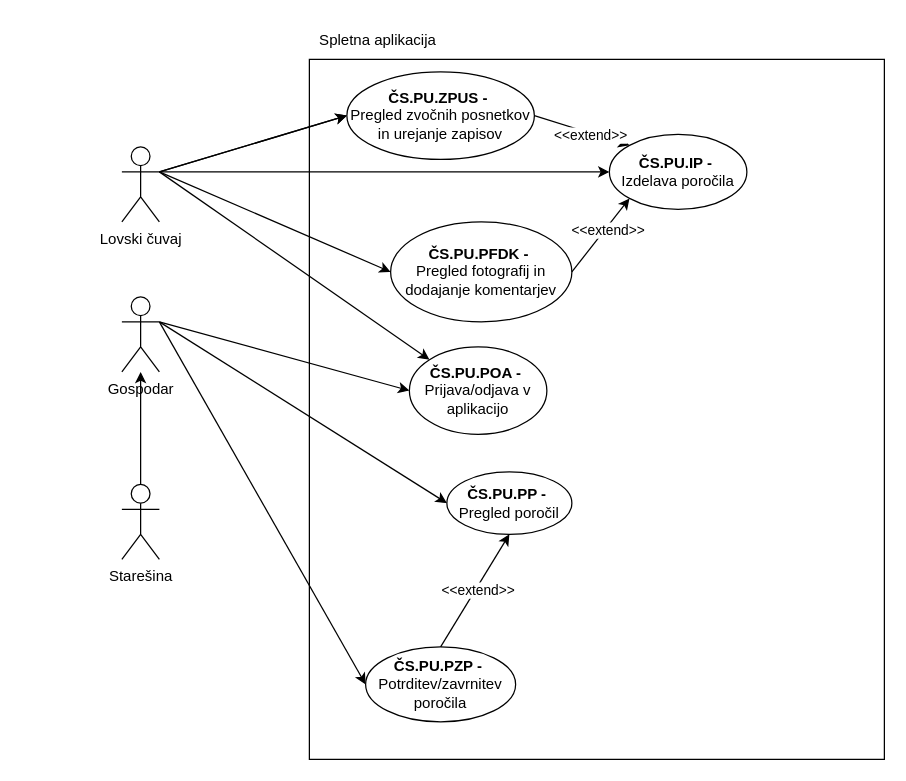
ErnestISv/Lovstvo keeps this draw.io diagram as Lovski cuvaj-Spletna aplikacija.drawio. Above is the earlier version. Source tidied: cells renumbered, new cells numbered last; positions are measured from the earlier drawing's top-left corner, leaving out a move shared by most shapes. Both pictures are drawn from the tidied source at 125%, with x=0, y=0 at pixel (121, 21).
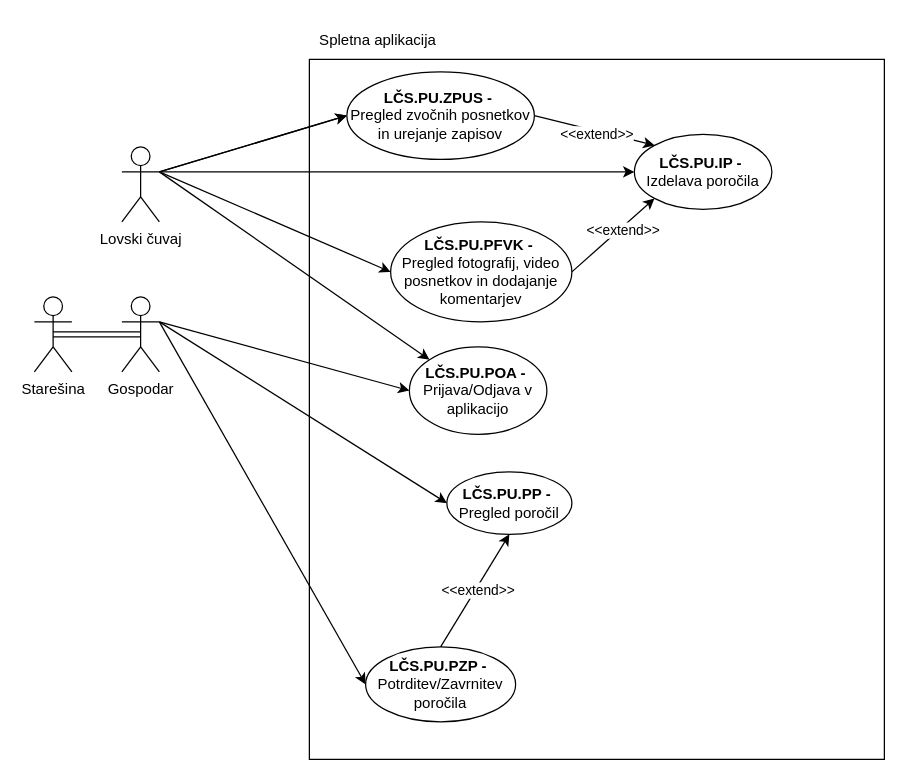
Above is the later version.

The change refers to these unchanged cells:
```xml
<mxCell id="5" value="Gospodar" style="shape=umlActor;verticalLabelPosition=bottom;verticalAlign=top;html=1;outlineConnect=0;" parent="1" vertex="1">
  <mxGeometry y="220" width="30" height="60" as="geometry" />
</mxCell>
<mxCell id="22" style="endArrow=classic;html=1;rounded=0;exitX=1;exitY=0.5;exitDx=0;exitDy=0;entryX=0;entryY=0;entryDx=0;entryDy=0;" parent="1" edge="1" source="20" target="6">
  <mxGeometry relative="1" as="geometry" />
</mxCell>
```

What changed in the source:
```diff
@@
     <mxCell id="4" value="Starešina" style="shape=umlActor;verticalLabelPosition=bottom;verticalAlign=top;html=1;outlineConnect=0;" parent="1" vertex="1">
-      <mxGeometry y="370" width="30" height="60" as="geometry" />
+      <mxGeometry x="-70" y="220" width="30" height="60" as="geometry" />
     </mxCell>
@@
-    <mxCell id="6" value="&lt;div&gt;&lt;b&gt;ČS.PU.IP -&amp;nbsp;&lt;/b&gt;&lt;/div&gt;Izdelava poročila" style="ellipse;whiteSpace=wrap;html=1;" parent="1" vertex="1">
-      <mxGeometry x="390" y="90" width="110" height="60" as="geometry" />
+    <mxCell id="6" value="&lt;div&gt;&lt;b&gt;LČS.PU.IP -&amp;nbsp;&lt;/b&gt;&lt;/div&gt;Izdelava poročila" style="ellipse;whiteSpace=wrap;html=1;" parent="1" vertex="1">
+      <mxGeometry x="410" y="90" width="110" height="60" as="geometry" />
     </mxCell>
@@
-    <mxCell id="8" value="&lt;div&gt;&lt;b&gt;ČS.PU.PP -&amp;nbsp;&lt;/b&gt;&lt;/div&gt;Pregled poročil" style="ellipse;whiteSpace=wrap;html=1;" parent="1" vertex="1">
+    <mxCell id="8" value="&lt;div&gt;&lt;b&gt;LČS.PU.PP -&amp;nbsp;&lt;/b&gt;&lt;/div&gt;Pregled poročil" style="ellipse;whiteSpace=wrap;html=1;" parent="1" vertex="1">
       <mxGeometry x="260" y="360" width="100" height="50" as="geometry" />
     </mxCell>
@@
-    <mxCell id="10" value="&lt;div&gt;&lt;b&gt;ČS.PU.PZP -&amp;nbsp;&lt;/b&gt;&lt;/div&gt;Potrditev/zavrnitev poročila" style="ellipse;whiteSpace=wrap;html=1;" parent="1" vertex="1">
+    <mxCell id="10" value="&lt;div&gt;&lt;b&gt;LČS.PU.PZP -&amp;nbsp;&lt;/b&gt;&lt;/div&gt;Potrditev/Zavrnitev poročila" style="ellipse;whiteSpace=wrap;html=1;" parent="1" vertex="1">
       <mxGeometry x="195" y="500" width="120" height="60" as="geometry" />
     </mxCell>
@@
-    <mxCell id="13" style="endArrow=classic;html=1;rounded=0;exitX=0.5;exitY=0;exitDx=0;exitDy=0;exitPerimeter=0;" parent="1" edge="1" source="4" target="5">
-      <mxGeometry relative="1" as="geometry" />
-    </mxCell>
-    <mxCell id="14" value="&lt;div&gt;&lt;b&gt;ČS.PU.POA -&amp;nbsp;&lt;/b&gt;&lt;/div&gt;Prijava/odjava v aplikacijo" style="ellipse;whiteSpace=wrap;html=1;" parent="1" vertex="1">
+    <mxCell id="14" value="&lt;div&gt;&lt;b&gt;LČS.PU.POA -&amp;nbsp;&lt;/b&gt;&lt;/div&gt;Prijava/Odjava v aplikacijo" style="ellipse;whiteSpace=wrap;html=1;" parent="1" vertex="1">
       <mxGeometry x="230" y="260" width="110" height="70" as="geometry" />
     </mxCell>
@@
-    <mxCell id="16" value="&lt;div&gt;&lt;b&gt;ČS.PU.PFDK -&amp;nbsp;&lt;/b&gt;&lt;/div&gt;Pregled fotografij in dodajanje komentarjev" style="ellipse;whiteSpace=wrap;html=1;" parent="1" vertex="1">
+    <mxCell id="16" value="&lt;div&gt;&lt;b&gt;LČS.PU.PFVK -&amp;nbsp;&lt;/b&gt;&lt;/div&gt;Pregled fotografij, video posnetkov in dodajanje komentarjev" style="ellipse;whiteSpace=wrap;html=1;" parent="1" vertex="1">
       <mxGeometry x="215" y="160" width="145" height="80" as="geometry" />
     </mxCell>
@@
-    <mxCell id="20" value="&lt;div&gt;&lt;b&gt;ČS.PU.ZPUS -&amp;nbsp;&lt;/b&gt;&lt;/div&gt;Pregled zvočnih posnetkov in urejanje zapisov" style="ellipse;whiteSpace=wrap;html=1;" parent="1" vertex="1">
+    <mxCell id="20" value="&lt;div&gt;&lt;b&gt;LČS.PU.ZPUS -&amp;nbsp;&lt;/b&gt;&lt;/div&gt;Pregled zvočnih posnetkov in urejanje zapisov" style="ellipse;whiteSpace=wrap;html=1;" parent="1" vertex="1">
       <mxGeometry x="180" y="40" width="150" height="70" as="geometry" />
     </mxCell>
@@
     <mxCell id="23" value="&amp;lt;&amp;lt;extend&amp;gt;&amp;gt;" style="edgeLabel;html=1;align=center;verticalAlign=middle;" parent="22" vertex="1">
-      <mxGeometry x="0.18" y="-2" relative="1" as="geometry" />
+      <mxGeometry x="0.18" y="-2" relative="1" as="geometry">
+        <mxPoint x="-6" y="-1" as="offset" />
+      </mxGeometry>
     </mxCell>
@@
+    <mxCell id="13" style="edgeStyle=orthogonalEdgeStyle;shape=link;rounded=0;jettySize=auto;html=1;exitX=0.5;exitY=0.5;exitDx=0;exitDy=0;exitPerimeter=0;entryX=0.5;entryY=0.5;entryDx=0;entryDy=0;entryPerimeter=0;" parent="1" edge="1" source="4" target="5">
+      <mxGeometry relative="1" as="geometry" />
+    </mxCell>
```
